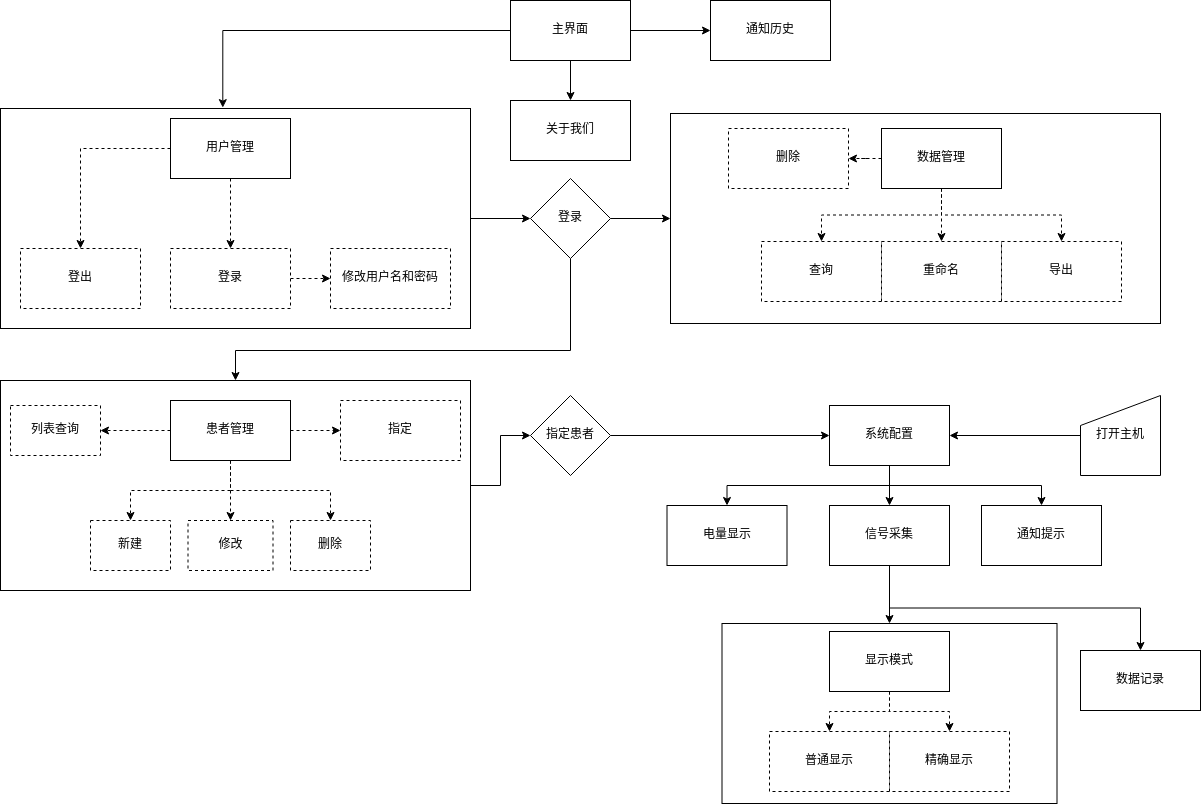
yz360307/draw keeps this draw.io diagram as 图片/概念设计-组成模块层次结构图.png. Above is the earlier version. Source tidied: cells renumbered, new cells last; positions are measured from the earlier drawing's top-left corner, leaving out a move shared by most shapes.
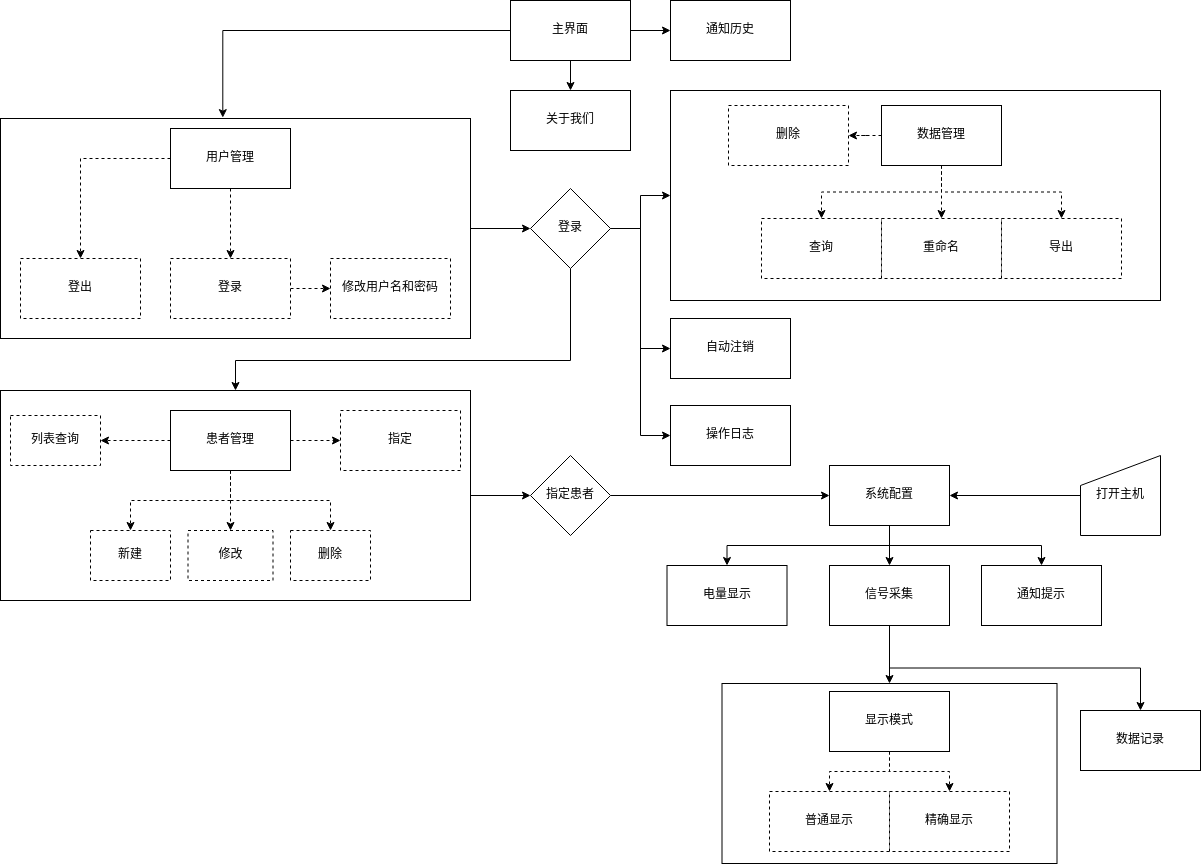
The same diagram one commit later.

What changed in the source:
```diff
@@ -2,12 +2,12 @@
   <root>
     <mxCell id="0" />
     <mxCell id="1" parent="0" />
-    <mxCell id="2" style="whiteSpace=wrap;html=1;rounded=0;" parent="1" vertex="1">
-      <mxGeometry x="721.5" y="623" width="335" height="180" as="geometry" />
-    </mxCell>
-    <mxCell id="3" style="whiteSpace=wrap;html=1;rounded=0;" parent="1" vertex="1">
-      <mxGeometry x="670" y="113" width="490" height="210" as="geometry" />
-    </mxCell>
+    <mxCell id="63" style="whiteSpace=wrap;html=1;rounded=0;" parent="1" vertex="1">
+      <mxGeometry x="721.5" y="673" width="335" height="180" as="geometry" />
+    </mxCell>
+    <mxCell id="64" style="whiteSpace=wrap;html=1;rounded=0;" parent="1" vertex="1">
+      <mxGeometry x="670" y="80" width="490" height="210" as="geometry" />
+    </mxCell>
     <mxCell id="4" style="edgeStyle=orthogonalEdgeStyle;rounded=0;jettySize=auto;html=1;" parent="1" edge="1" source="5" target="59">
       <mxGeometry relative="1" as="geometry" />
     </mxCell>
@@ -30,7 +30,7 @@
       <mxGeometry relative="1" as="geometry" />
     </mxCell>
     <mxCell id="11" value="主界面" style="rounded=0;html=1;whiteSpace=wrap;" parent="1" vertex="1">
-      <mxGeometry x="510" width="120" height="60" as="geometry" />
+      <mxGeometry x="510" y="-10" width="120" height="60" as="geometry" />
     </mxCell>
     <mxCell id="12" style="edgeStyle=orthogonalEdgeStyle;rounded=0;jettySize=auto;html=1;dashed=1;" parent="1" edge="1" source="15" target="16">
       <mxGeometry relative="1" as="geometry" />
@@ -87,7 +87,7 @@
       <mxGeometry x="187.5" y="520" width="85" height="50" as="geometry" />
     </mxCell>
     <mxCell id="30" value="关于我们" style="whiteSpace=wrap;html=1;rounded=0;" parent="1" vertex="1">
-      <mxGeometry x="510" y="100" width="120" height="60" as="geometry" />
+      <mxGeometry x="510" y="80" width="120" height="60" as="geometry" />
     </mxCell>
     <mxCell id="31" style="edgeStyle=orthogonalEdgeStyle;rounded=0;jettySize=auto;html=1;dashed=1;" parent="1" edge="1" source="35" target="36">
       <mxGeometry relative="1" as="geometry" />
@@ -102,19 +102,19 @@
       <mxGeometry relative="1" as="geometry" />
     </mxCell>
     <mxCell id="35" value="数据管理" style="rounded=0;whiteSpace=wrap;html=1;" parent="1" vertex="1">
-      <mxGeometry x="881" y="128" width="120" height="60" as="geometry" />
+      <mxGeometry x="881" y="95" width="120" height="60" as="geometry" />
     </mxCell>
     <mxCell id="36" value="删除" style="whiteSpace=wrap;html=1;rounded=0;dashed=1;" parent="1" vertex="1">
-      <mxGeometry x="728" y="128" width="120" height="60" as="geometry" />
+      <mxGeometry x="728" y="95" width="120" height="60" as="geometry" />
     </mxCell>
     <mxCell id="37" value="查询" style="whiteSpace=wrap;html=1;rounded=0;dashed=1;" parent="1" vertex="1">
-      <mxGeometry x="761" y="241" width="120" height="60" as="geometry" />
+      <mxGeometry x="761" y="208" width="120" height="60" as="geometry" />
     </mxCell>
     <mxCell id="38" value="重命名" style="whiteSpace=wrap;html=1;rounded=0;dashed=1;" parent="1" vertex="1">
-      <mxGeometry x="881" y="241" width="120" height="60" as="geometry" />
+      <mxGeometry x="881" y="208" width="120" height="60" as="geometry" />
     </mxCell>
     <mxCell id="39" value="导出" style="whiteSpace=wrap;html=1;rounded=0;dashed=1;" parent="1" vertex="1">
-      <mxGeometry x="1001" y="241" width="120" height="60" as="geometry" />
+      <mxGeometry x="1001" y="208" width="120" height="60" as="geometry" />
     </mxCell>
     <mxCell id="40" style="edgeStyle=orthogonalEdgeStyle;rounded=0;jettySize=auto;html=1;" parent="1" edge="1" source="43" target="46">
       <mxGeometry relative="1" as="geometry" />
@@ -126,16 +126,16 @@
       <mxGeometry relative="1" as="geometry" />
     </mxCell>
     <mxCell id="43" value="系统配置" style="rounded=0;whiteSpace=wrap;html=1;" parent="1" vertex="1">
-      <mxGeometry x="829" y="405" width="120" height="60" as="geometry" />
+      <mxGeometry x="829" y="455" width="120" height="60" as="geometry" />
     </mxCell>
-    <mxCell id="44" style="edgeStyle=orthogonalEdgeStyle;rounded=0;jettySize=auto;html=1;" parent="1" edge="1" source="46" target="2">
-      <mxGeometry relative="1" as="geometry" />
-    </mxCell>
+    <mxCell id="65" style="edgeStyle=orthogonalEdgeStyle;rounded=0;jettySize=auto;html=1;" parent="1" edge="1" source="46" target="63">
+      <mxGeometry relative="1" as="geometry" />
+    </mxCell>
     <mxCell id="45" style="edgeStyle=orthogonalEdgeStyle;rounded=0;jettySize=auto;html=1;exitX=0.5;exitY=1;exitDx=0;exitDy=0;" parent="1" edge="1" source="46" target="52">
       <mxGeometry relative="1" as="geometry" />
     </mxCell>
     <mxCell id="46" value="信号采集" style="whiteSpace=wrap;html=1;rounded=0;" parent="1" vertex="1">
-      <mxGeometry x="829" y="505" width="120" height="60" as="geometry" />
+      <mxGeometry x="829" y="555" width="120" height="60" as="geometry" />
     </mxCell>
     <mxCell id="47" style="edgeStyle=orthogonalEdgeStyle;rounded=0;jettySize=auto;html=1;dashed=1;" parent="1" edge="1" source="49" target="50">
       <mxGeometry relative="1" as="geometry" />
@@ -144,26 +144,26 @@
       <mxGeometry relative="1" as="geometry" />
     </mxCell>
     <mxCell id="49" value="显示模式" style="rounded=0;whiteSpace=wrap;html=1;" parent="1" vertex="1">
-      <mxGeometry x="829" y="631" width="120" height="60" as="geometry" />
+      <mxGeometry x="829" y="681" width="120" height="60" as="geometry" />
     </mxCell>
     <mxCell id="50" value="普通显示" style="whiteSpace=wrap;html=1;rounded=0;dashed=1;" parent="1" vertex="1">
-      <mxGeometry x="769" y="731" width="120" height="60" as="geometry" />
+      <mxGeometry x="769" y="781" width="120" height="60" as="geometry" />
     </mxCell>
     <mxCell id="51" value="精确显示" style="whiteSpace=wrap;html=1;rounded=0;dashed=1;" parent="1" vertex="1">
-      <mxGeometry x="889" y="731" width="120" height="60" as="geometry" />
+      <mxGeometry x="889" y="781" width="120" height="60" as="geometry" />
     </mxCell>
     <mxCell id="52" value="数据记录" style="whiteSpace=wrap;html=1;rounded=0;" parent="1" vertex="1">
-      <mxGeometry x="1080" y="650" width="120" height="60" as="geometry" />
+      <mxGeometry x="1080" y="700" width="120" height="60" as="geometry" />
     </mxCell>
     <mxCell id="53" value="通知提示" style="whiteSpace=wrap;html=1;rounded=0;" parent="1" vertex="1">
-      <mxGeometry x="981" y="505" width="120" height="60" as="geometry" />
+      <mxGeometry x="981" y="555" width="120" height="60" as="geometry" />
     </mxCell>
     <mxCell id="54" value="电量显示" style="whiteSpace=wrap;html=1;rounded=0;" parent="1" vertex="1">
-      <mxGeometry x="666.5" y="505" width="120" height="60" as="geometry" />
+      <mxGeometry x="666.5" y="555" width="120" height="60" as="geometry" />
     </mxCell>
-    <mxCell id="55" style="edgeStyle=orthogonalEdgeStyle;rounded=0;jettySize=auto;html=1;entryX=0;entryY=0.5;entryDx=0;entryDy=0;" parent="1" edge="1" source="57" target="3">
-      <mxGeometry relative="1" as="geometry" />
-    </mxCell>
+    <mxCell id="66" style="edgeStyle=orthogonalEdgeStyle;rounded=0;jettySize=auto;html=1;entryX=0;entryY=0.5;entryDx=0;entryDy=0;" parent="1" edge="1" source="57" target="64">
+      <mxGeometry relative="1" as="geometry" />
+    </mxCell>
     <mxCell id="56" style="edgeStyle=orthogonalEdgeStyle;rounded=0;jettySize=auto;html=1;entryX=0.5;entryY=0;entryDx=0;entryDy=0;exitX=0.5;exitY=1;exitDx=0;exitDy=0;" parent="1" edge="1" source="57" target="5">
       <mxGeometry relative="1" as="geometry">
         <Array as="points">
@@ -172,6 +172,12 @@
         </Array>
       </mxGeometry>
     </mxCell>
+    <mxCell id="67" style="edgeStyle=orthogonalEdgeStyle;rounded=0;jettySize=auto;html=1;entryX=0;entryY=0.5;entryDx=0;entryDy=0;" parent="1" edge="1" source="57" target="69">
+      <mxGeometry relative="1" as="geometry" />
+    </mxCell>
+    <mxCell id="68" style="edgeStyle=orthogonalEdgeStyle;rounded=0;jettySize=auto;html=1;entryX=0;entryY=0.5;entryDx=0;entryDy=0;" parent="1" edge="1" source="57" target="70">
+      <mxGeometry relative="1" as="geometry" />
+    </mxCell>
     <mxCell id="57" value="登录" style="rhombus;whiteSpace=wrap;html=1;rounded=0;" parent="1" vertex="1">
       <mxGeometry x="530" y="178" width="80" height="80" as="geometry" />
     </mxCell>
@@ -179,16 +185,22 @@
       <mxGeometry relative="1" as="geometry" />
     </mxCell>
     <mxCell id="59" value="指定患者" style="rhombus;whiteSpace=wrap;html=1;rounded=0;" parent="1" vertex="1">
-      <mxGeometry x="530" y="395" width="80" height="80" as="geometry" />
+      <mxGeometry x="530" y="445" width="80" height="80" as="geometry" />
     </mxCell>
     <mxCell id="60" style="edgeStyle=orthogonalEdgeStyle;rounded=0;jettySize=auto;html=1;" parent="1" edge="1" source="61" target="43">
       <mxGeometry relative="1" as="geometry" />
     </mxCell>
     <mxCell id="61" value="打开主机" style="shape=manualInput;whiteSpace=wrap;html=1;" parent="1" vertex="1">
-      <mxGeometry x="1080" y="395" width="80" height="80" as="geometry" />
+      <mxGeometry x="1080" y="445" width="80" height="80" as="geometry" />
     </mxCell>
     <mxCell id="62" value="通知历史" style="whiteSpace=wrap;html=1;rounded=0;" parent="1" vertex="1">
-      <mxGeometry x="710" width="120" height="60" as="geometry" />
+      <mxGeometry x="670" y="-10" width="120" height="60" as="geometry" />
     </mxCell>
+    <mxCell id="69" value="自动注销" style="whiteSpace=wrap;html=1;rounded=0;" parent="1" vertex="1">
+      <mxGeometry x="670" y="308" width="120" height="60" as="geometry" />
+    </mxCell>
+    <mxCell id="70" value="操作日志" style="whiteSpace=wrap;html=1;rounded=0;" parent="1" vertex="1">
+      <mxGeometry x="670" y="395" width="120" height="60" as="geometry" />
+    </mxCell>
   </root>
 </mxGraphModel>
```
